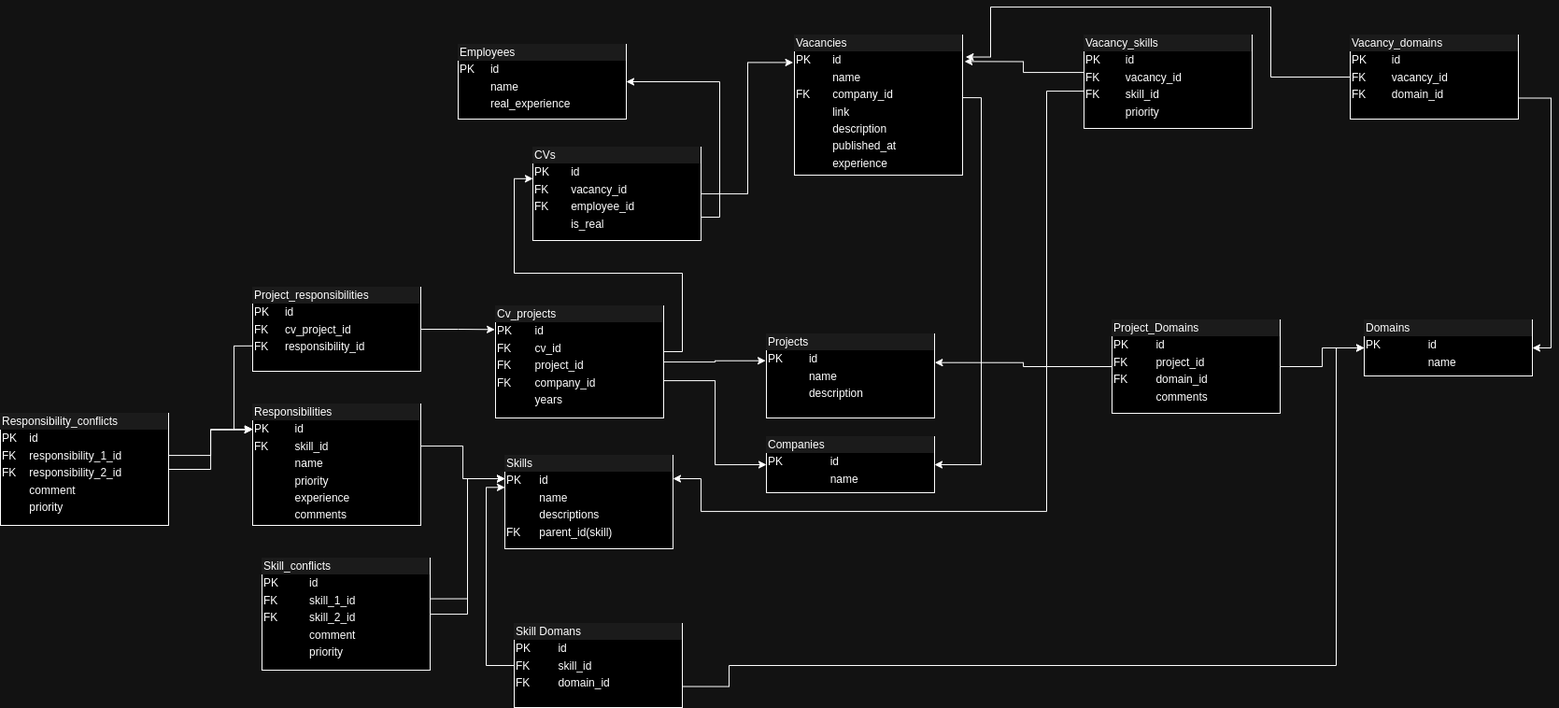
GeekchanskiY/cv_builder keeps this draw.io diagram as CV_builder.drawio.png. Above is the earlier version. Source tidied: cells renumbered, new cells last; positions are measured from the earlier drawing's top-left corner, leaving out a move shared by most shapes.
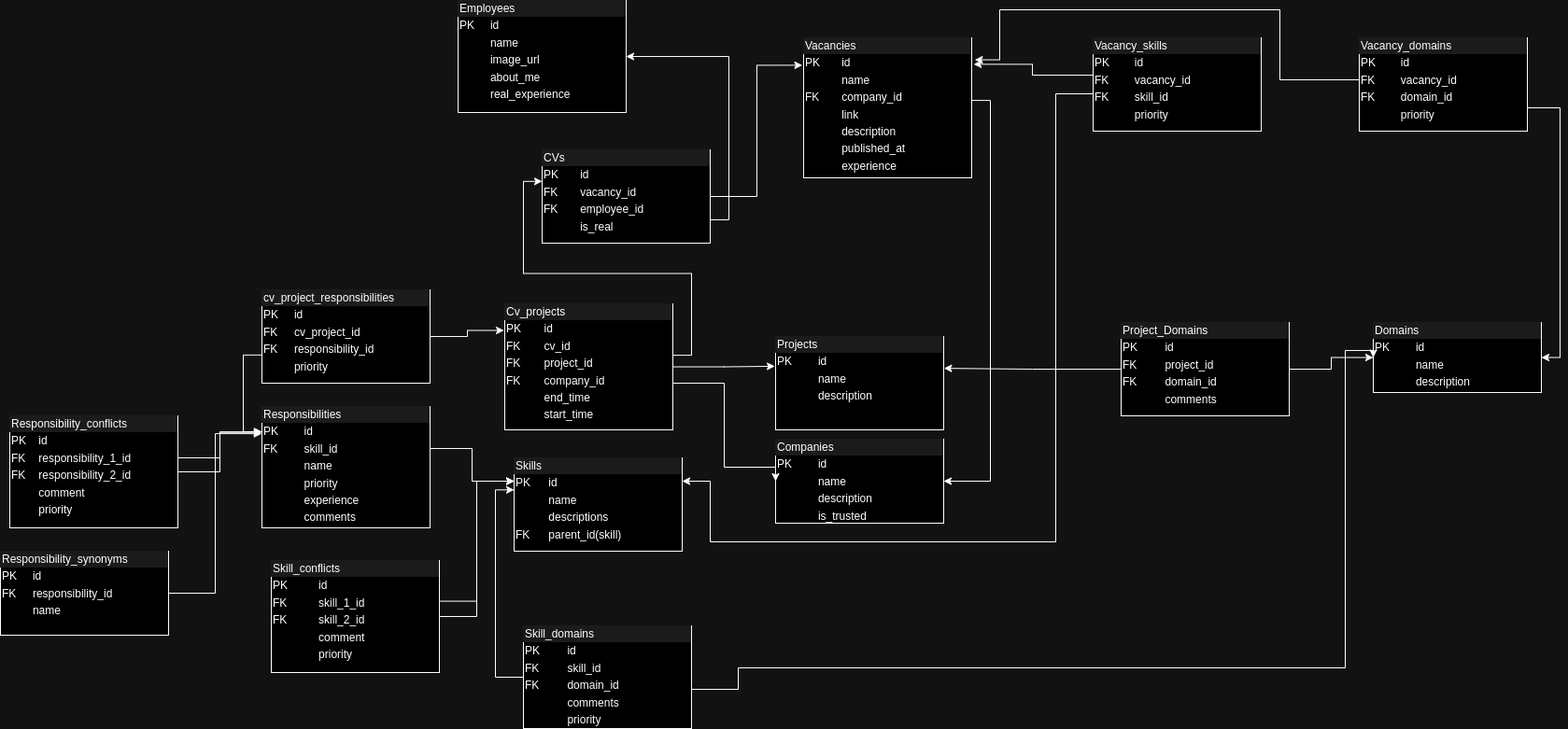
After the commit.

Diff of the diagram source:
```diff
@@ -2,11 +2,11 @@
   <root>
     <mxCell id="0" />
     <mxCell id="1" parent="0" />
-    <mxCell id="2" value="&lt;div style=&quot;box-sizing:border-box;width:100%;background:#e4e4e4;padding:2px;&quot;&gt;Domains&lt;/div&gt;&lt;table style=&quot;width:100%;font-size:1em;&quot; cellpadding=&quot;2&quot; cellspacing=&quot;0&quot;&gt;&lt;tbody&gt;&lt;tr&gt;&lt;td&gt;PK&lt;/td&gt;&lt;td&gt;id&lt;/td&gt;&lt;/tr&gt;&lt;tr&gt;&lt;td&gt;&lt;br&gt;&lt;/td&gt;&lt;td&gt;name&lt;/td&gt;&lt;/tr&gt;&lt;/tbody&gt;&lt;/table&gt;" style="verticalAlign=top;align=left;overflow=fill;html=1;whiteSpace=wrap;" parent="1" vertex="1">
-      <mxGeometry x="1460" y="335" width="180" height="60" as="geometry" />
+    <mxCell id="2" value="&lt;div style=&quot;box-sizing:border-box;width:100%;background:#e4e4e4;padding:2px;&quot;&gt;Domains&lt;/div&gt;&lt;table style=&quot;width:100%;font-size:1em;&quot; cellpadding=&quot;2&quot; cellspacing=&quot;0&quot;&gt;&lt;tbody&gt;&lt;tr&gt;&lt;td&gt;PK&lt;/td&gt;&lt;td&gt;id&lt;/td&gt;&lt;/tr&gt;&lt;tr&gt;&lt;td&gt;&lt;br&gt;&lt;/td&gt;&lt;td&gt;name&lt;/td&gt;&lt;/tr&gt;&lt;tr&gt;&lt;td&gt;&lt;br&gt;&lt;/td&gt;&lt;td&gt;description&lt;br&gt;&lt;/td&gt;&lt;/tr&gt;&lt;/tbody&gt;&lt;/table&gt;" style="verticalAlign=top;align=left;overflow=fill;html=1;whiteSpace=wrap;" parent="1" vertex="1">
+      <mxGeometry x="1460" y="335" width="180" height="75" as="geometry" />
     </mxCell>
-    <mxCell id="3" value="&lt;div style=&quot;box-sizing:border-box;width:100%;background:#e4e4e4;padding:2px;&quot;&gt;Companies&lt;/div&gt;&lt;table style=&quot;width:100%;font-size:1em;&quot; cellpadding=&quot;2&quot; cellspacing=&quot;0&quot;&gt;&lt;tbody&gt;&lt;tr&gt;&lt;td&gt;PK&lt;/td&gt;&lt;td&gt;id&lt;/td&gt;&lt;/tr&gt;&lt;tr&gt;&lt;td&gt;&lt;br&gt;&lt;/td&gt;&lt;td&gt;name&lt;/td&gt;&lt;/tr&gt;&lt;/tbody&gt;&lt;/table&gt;" style="verticalAlign=top;align=left;overflow=fill;html=1;whiteSpace=wrap;" parent="1" vertex="1">
-      <mxGeometry x="820" y="460" width="180" height="60" as="geometry" />
+    <mxCell id="3" value="&lt;div style=&quot;box-sizing:border-box;width:100%;background:#e4e4e4;padding:2px;&quot;&gt;Companies&lt;/div&gt;&lt;table style=&quot;width:100%;font-size:1em;&quot; cellpadding=&quot;2&quot; cellspacing=&quot;0&quot;&gt;&lt;tbody&gt;&lt;tr&gt;&lt;td&gt;PK&lt;/td&gt;&lt;td&gt;id&lt;/td&gt;&lt;/tr&gt;&lt;tr&gt;&lt;td&gt;&lt;br&gt;&lt;/td&gt;&lt;td&gt;name&lt;/td&gt;&lt;/tr&gt;&lt;tr&gt;&lt;td&gt;&lt;br&gt;&lt;/td&gt;&lt;td&gt;description&lt;/td&gt;&lt;/tr&gt;&lt;tr&gt;&lt;td&gt;&lt;br&gt;&lt;/td&gt;&lt;td&gt;is_trusted&lt;/td&gt;&lt;/tr&gt;&lt;/tbody&gt;&lt;/table&gt;" style="verticalAlign=top;align=left;overflow=fill;html=1;whiteSpace=wrap;" parent="1" vertex="1">
+      <mxGeometry x="820" y="460" width="180" height="90" as="geometry" />
     </mxCell>
     <mxCell id="4" style="edgeStyle=orthogonalEdgeStyle;rounded=0;jettySize=auto;html=1;entryX=1;entryY=0.5;entryDx=0;entryDy=0;exitX=0.999;exitY=0.447;exitDx=0;exitDy=0;exitPerimeter=0;" parent="1" edge="1" source="5" target="3">
       <mxGeometry relative="1" as="geometry" />
@@ -14,8 +14,8 @@
     <mxCell id="5" value="&lt;div style=&quot;box-sizing:border-box;width:100%;background:#e4e4e4;padding:2px;&quot;&gt;Vacancies&lt;/div&gt;&lt;table style=&quot;width:100%;font-size:1em;&quot; cellpadding=&quot;2&quot; cellspacing=&quot;0&quot;&gt;&lt;tbody&gt;&lt;tr&gt;&lt;td&gt;PK&lt;/td&gt;&lt;td&gt;id&lt;/td&gt;&lt;/tr&gt;&lt;tr&gt;&lt;td&gt;&lt;br&gt;&lt;/td&gt;&lt;td&gt;name&lt;/td&gt;&lt;/tr&gt;&lt;tr&gt;&lt;td&gt;FK&lt;/td&gt;&lt;td&gt;company_id&lt;/td&gt;&lt;/tr&gt;&lt;tr&gt;&lt;td&gt;&lt;br&gt;&lt;/td&gt;&lt;td&gt;link&lt;/td&gt;&lt;/tr&gt;&lt;tr&gt;&lt;td&gt;&lt;br&gt;&lt;/td&gt;&lt;td&gt;description&lt;/td&gt;&lt;/tr&gt;&lt;tr&gt;&lt;td&gt;&lt;br&gt;&lt;/td&gt;&lt;td&gt;published_at&lt;/td&gt;&lt;/tr&gt;&lt;tr&gt;&lt;td&gt;&lt;br&gt;&lt;/td&gt;&lt;td&gt;experience&lt;/td&gt;&lt;/tr&gt;&lt;/tbody&gt;&lt;/table&gt;" style="verticalAlign=top;align=left;overflow=fill;html=1;whiteSpace=wrap;" parent="1" vertex="1">
       <mxGeometry x="850" y="30" width="180" height="150" as="geometry" />
     </mxCell>
-    <mxCell id="6" value="&lt;div style=&quot;box-sizing:border-box;width:100%;background:#e4e4e4;padding:2px;&quot;&gt;Employees&lt;/div&gt;&lt;table style=&quot;width:100%;font-size:1em;&quot; cellpadding=&quot;2&quot; cellspacing=&quot;0&quot;&gt;&lt;tbody&gt;&lt;tr&gt;&lt;td&gt;PK&lt;/td&gt;&lt;td&gt;id&lt;/td&gt;&lt;/tr&gt;&lt;tr&gt;&lt;td&gt;&lt;br&gt;&lt;/td&gt;&lt;td&gt;name&lt;/td&gt;&lt;/tr&gt;&lt;tr&gt;&lt;td&gt;&lt;br&gt;&lt;/td&gt;&lt;td&gt;real_experience&lt;/td&gt;&lt;/tr&gt;&lt;/tbody&gt;&lt;/table&gt;" style="verticalAlign=top;align=left;overflow=fill;html=1;whiteSpace=wrap;" parent="1" vertex="1">
-      <mxGeometry x="490" y="40" width="180" height="80" as="geometry" />
+    <mxCell id="6" value="&lt;div style=&quot;box-sizing:border-box;width:100%;background:#e4e4e4;padding:2px;&quot;&gt;Employees&lt;/div&gt;&lt;table style=&quot;width:100%;font-size:1em;&quot; cellpadding=&quot;2&quot; cellspacing=&quot;0&quot;&gt;&lt;tbody&gt;&lt;tr&gt;&lt;td&gt;PK&lt;/td&gt;&lt;td&gt;id&lt;/td&gt;&lt;/tr&gt;&lt;tr&gt;&lt;td&gt;&lt;br&gt;&lt;/td&gt;&lt;td&gt;name&lt;/td&gt;&lt;/tr&gt;&lt;tr&gt;&lt;td&gt;&lt;br&gt;&lt;/td&gt;&lt;td&gt;image_url&lt;/td&gt;&lt;/tr&gt;&lt;tr&gt;&lt;td&gt;&lt;br&gt;&lt;/td&gt;&lt;td&gt;about_me&lt;/td&gt;&lt;/tr&gt;&lt;tr&gt;&lt;td&gt;&lt;br&gt;&lt;/td&gt;&lt;td&gt;real_experience&lt;/td&gt;&lt;/tr&gt;&lt;/tbody&gt;&lt;/table&gt;" style="verticalAlign=top;align=left;overflow=fill;html=1;whiteSpace=wrap;" parent="1" vertex="1">
+      <mxGeometry x="480" y="-10" width="180" height="120" as="geometry" />
     </mxCell>
     <mxCell id="7" style="edgeStyle=orthogonalEdgeStyle;rounded=0;jettySize=auto;html=1;entryX=1;entryY=0.5;entryDx=0;entryDy=0;exitX=1;exitY=0.75;exitDx=0;exitDy=0;" parent="1" edge="1" source="8" target="6">
       <mxGeometry relative="1" as="geometry" />
@@ -30,8 +30,8 @@
       <mxGeometry relative="1" as="geometry">
         <Array as="points">
           <mxPoint x="1120" y="90" />
-          <mxPoint x="1120" y="540" />
-          <mxPoint x="750" y="540" />
+          <mxPoint x="1120" y="570" />
+          <mxPoint x="750" y="570" />
           <mxPoint x="750" y="505" />
         </Array>
       </mxGeometry>
@@ -69,7 +69,7 @@
       <mxGeometry y="435" width="180" height="120" as="geometry" />
     </mxCell>
     <mxCell id="20" value="&lt;div style=&quot;box-sizing:border-box;width:100%;background:#e4e4e4;padding:2px;&quot;&gt;Projects&lt;/div&gt;&lt;table style=&quot;width:100%;font-size:1em;&quot; cellpadding=&quot;2&quot; cellspacing=&quot;0&quot;&gt;&lt;tbody&gt;&lt;tr&gt;&lt;td&gt;PK&lt;/td&gt;&lt;td&gt;id&lt;/td&gt;&lt;/tr&gt;&lt;tr&gt;&lt;td&gt;&lt;br&gt;&lt;/td&gt;&lt;td&gt;name&lt;/td&gt;&lt;/tr&gt;&lt;tr&gt;&lt;td&gt;&lt;/td&gt;&lt;td&gt;description&lt;/td&gt;&lt;/tr&gt;&lt;/tbody&gt;&lt;/table&gt;" style="verticalAlign=top;align=left;overflow=fill;html=1;whiteSpace=wrap;" parent="1" vertex="1">
-      <mxGeometry x="820" y="350" width="180" height="90" as="geometry" />
+      <mxGeometry x="820" y="350" width="180" height="100" as="geometry" />
     </mxCell>
     <mxCell id="21" style="edgeStyle=orthogonalEdgeStyle;rounded=0;jettySize=auto;html=1;entryX=0;entryY=0.5;entryDx=0;entryDy=0;" parent="1" edge="1" source="22" target="3">
       <mxGeometry relative="1" as="geometry">
@@ -79,11 +79,11 @@
         </Array>
       </mxGeometry>
     </mxCell>
-    <mxCell id="22" value="&lt;div style=&quot;box-sizing:border-box;width:100%;background:#e4e4e4;padding:2px;&quot;&gt;Cv_projects&lt;/div&gt;&lt;table style=&quot;width:100%;font-size:1em;&quot; cellpadding=&quot;2&quot; cellspacing=&quot;0&quot;&gt;&lt;tbody&gt;&lt;tr&gt;&lt;td&gt;PK&lt;/td&gt;&lt;td&gt;id&lt;/td&gt;&lt;/tr&gt;&lt;tr&gt;&lt;td&gt;FK&lt;/td&gt;&lt;td&gt;cv_id&lt;/td&gt;&lt;/tr&gt;&lt;tr&gt;&lt;td&gt;FK&lt;/td&gt;&lt;td&gt;project_id&lt;/td&gt;&lt;/tr&gt;&lt;tr&gt;&lt;td&gt;FK&lt;/td&gt;&lt;td&gt;company_id&lt;/td&gt;&lt;/tr&gt;&lt;tr&gt;&lt;td&gt;&lt;br&gt;&lt;/td&gt;&lt;td&gt;years&lt;/td&gt;&lt;/tr&gt;&lt;/tbody&gt;&lt;/table&gt;" style="verticalAlign=top;align=left;overflow=fill;html=1;whiteSpace=wrap;" parent="1" vertex="1">
-      <mxGeometry x="530" y="320" width="180" height="120" as="geometry" />
+    <mxCell id="22" value="&lt;div style=&quot;box-sizing:border-box;width:100%;background:#e4e4e4;padding:2px;&quot;&gt;Cv_projects&lt;/div&gt;&lt;table style=&quot;width:100%;font-size:1em;&quot; cellpadding=&quot;2&quot; cellspacing=&quot;0&quot;&gt;&lt;tbody&gt;&lt;tr&gt;&lt;td&gt;PK&lt;/td&gt;&lt;td&gt;id&lt;/td&gt;&lt;/tr&gt;&lt;tr&gt;&lt;td&gt;FK&lt;/td&gt;&lt;td&gt;cv_id&lt;/td&gt;&lt;/tr&gt;&lt;tr&gt;&lt;td&gt;FK&lt;/td&gt;&lt;td&gt;project_id&lt;/td&gt;&lt;/tr&gt;&lt;tr&gt;&lt;td&gt;FK&lt;/td&gt;&lt;td&gt;company_id&lt;/td&gt;&lt;/tr&gt;&lt;tr&gt;&lt;td&gt;&lt;br&gt;&lt;/td&gt;&lt;td&gt;end_time&lt;/td&gt;&lt;/tr&gt;&lt;tr&gt;&lt;td&gt;&lt;br&gt;&lt;/td&gt;&lt;td&gt;start_time&lt;/td&gt;&lt;/tr&gt;&lt;/tbody&gt;&lt;/table&gt;" style="verticalAlign=top;align=left;overflow=fill;html=1;whiteSpace=wrap;" parent="1" vertex="1">
+      <mxGeometry x="530" y="315" width="180" height="135" as="geometry" />
     </mxCell>
-    <mxCell id="23" value="&lt;div style=&quot;box-sizing:border-box;width:100%;background:#e4e4e4;padding:2px;&quot;&gt;Project_responsibilities&lt;/div&gt;&lt;table style=&quot;width:100%;font-size:1em;&quot; cellpadding=&quot;2&quot; cellspacing=&quot;0&quot;&gt;&lt;tbody&gt;&lt;tr&gt;&lt;td&gt;PK&lt;/td&gt;&lt;td&gt;id&lt;/td&gt;&lt;/tr&gt;&lt;tr&gt;&lt;td&gt;FK&lt;/td&gt;&lt;td&gt;cv_project_id&lt;/td&gt;&lt;/tr&gt;&lt;tr&gt;&lt;td&gt;FK&lt;/td&gt;&lt;td&gt;responsibility_id&lt;/td&gt;&lt;/tr&gt;&lt;tr&gt;&lt;td&gt;&lt;br&gt;&lt;/td&gt;&lt;td&gt;&lt;br&gt;&lt;/td&gt;&lt;/tr&gt;&lt;/tbody&gt;&lt;/table&gt;" style="verticalAlign=top;align=left;overflow=fill;html=1;whiteSpace=wrap;" parent="1" vertex="1">
-      <mxGeometry x="270" y="300" width="180" height="90" as="geometry" />
+    <mxCell id="23" value="&lt;div style=&quot;box-sizing:border-box;width:100%;background:#e4e4e4;padding:2px;&quot;&gt;cv_project_responsibilities&lt;/div&gt;&lt;table style=&quot;width:100%;font-size:1em;&quot; cellpadding=&quot;2&quot; cellspacing=&quot;0&quot;&gt;&lt;tbody&gt;&lt;tr&gt;&lt;td&gt;PK&lt;/td&gt;&lt;td&gt;id&lt;/td&gt;&lt;/tr&gt;&lt;tr&gt;&lt;td&gt;FK&lt;/td&gt;&lt;td&gt;cv_project_id&lt;/td&gt;&lt;/tr&gt;&lt;tr&gt;&lt;td&gt;FK&lt;/td&gt;&lt;td&gt;responsibility_id&lt;/td&gt;&lt;/tr&gt;&lt;tr&gt;&lt;td&gt;&lt;br&gt;&lt;/td&gt;&lt;td&gt;priority&lt;/td&gt;&lt;/tr&gt;&lt;/tbody&gt;&lt;/table&gt;" style="verticalAlign=top;align=left;overflow=fill;html=1;whiteSpace=wrap;" parent="1" vertex="1">
+      <mxGeometry x="270" y="300" width="180" height="100" as="geometry" />
     </mxCell>
     <mxCell id="24" style="edgeStyle=orthogonalEdgeStyle;rounded=0;jettySize=auto;html=1;entryX=-0.005;entryY=0.211;entryDx=0;entryDy=0;entryPerimeter=0;" parent="1" edge="1" source="23" target="22">
       <mxGeometry relative="1" as="geometry" />
@@ -125,8 +125,8 @@
     <mxCell id="33" style="edgeStyle=orthogonalEdgeStyle;rounded=0;jettySize=auto;html=1;entryX=1;entryY=0.5;entryDx=0;entryDy=0;exitX=1;exitY=0.75;exitDx=0;exitDy=0;" parent="1" edge="1" source="34" target="2">
       <mxGeometry relative="1" as="geometry" />
     </mxCell>
-    <mxCell id="34" value="&lt;div style=&quot;box-sizing:border-box;width:100%;background:#e4e4e4;padding:2px;&quot;&gt;Vacancy_domains&lt;/div&gt;&lt;table style=&quot;width:100%;font-size:1em;&quot; cellpadding=&quot;2&quot; cellspacing=&quot;0&quot;&gt;&lt;tbody&gt;&lt;tr&gt;&lt;td&gt;PK&lt;/td&gt;&lt;td&gt;id&lt;/td&gt;&lt;/tr&gt;&lt;tr&gt;&lt;td&gt;FK&lt;/td&gt;&lt;td&gt;vacancy_id&lt;/td&gt;&lt;/tr&gt;&lt;tr&gt;&lt;td&gt;FK&lt;/td&gt;&lt;td&gt;domain_id&lt;/td&gt;&lt;/tr&gt;&lt;/tbody&gt;&lt;/table&gt;" style="verticalAlign=top;align=left;overflow=fill;html=1;whiteSpace=wrap;" parent="1" vertex="1">
-      <mxGeometry x="1445" y="30" width="180" height="90" as="geometry" />
+    <mxCell id="34" value="&lt;div style=&quot;box-sizing:border-box;width:100%;background:#e4e4e4;padding:2px;&quot;&gt;Vacancy_domains&lt;/div&gt;&lt;table style=&quot;width:100%;font-size:1em;&quot; cellpadding=&quot;2&quot; cellspacing=&quot;0&quot;&gt;&lt;tbody&gt;&lt;tr&gt;&lt;td&gt;PK&lt;/td&gt;&lt;td&gt;id&lt;/td&gt;&lt;/tr&gt;&lt;tr&gt;&lt;td&gt;FK&lt;/td&gt;&lt;td&gt;vacancy_id&lt;/td&gt;&lt;/tr&gt;&lt;tr&gt;&lt;td&gt;FK&lt;/td&gt;&lt;td&gt;domain_id&lt;/td&gt;&lt;/tr&gt;&lt;tr&gt;&lt;td&gt;&lt;br&gt;&lt;/td&gt;&lt;td&gt;priority&lt;/td&gt;&lt;/tr&gt;&lt;/tbody&gt;&lt;/table&gt;" style="verticalAlign=top;align=left;overflow=fill;html=1;whiteSpace=wrap;" parent="1" vertex="1">
+      <mxGeometry x="1445" y="30" width="180" height="100" as="geometry" />
     </mxCell>
     <mxCell id="35" style="edgeStyle=orthogonalEdgeStyle;rounded=0;jettySize=auto;html=1;entryX=1.019;entryY=0.157;entryDx=0;entryDy=0;entryPerimeter=0;" parent="1" edge="1" source="34" target="5">
       <mxGeometry relative="1" as="geometry">
@@ -148,11 +148,17 @@
         </Array>
       </mxGeometry>
     </mxCell>
-    <mxCell id="37" value="&lt;div style=&quot;box-sizing:border-box;width:100%;background:#e4e4e4;padding:2px;&quot;&gt;Skill Domans&lt;/div&gt;&lt;table style=&quot;width:100%;font-size:1em;&quot; cellpadding=&quot;2&quot; cellspacing=&quot;0&quot;&gt;&lt;tbody&gt;&lt;tr&gt;&lt;td&gt;PK&lt;/td&gt;&lt;td&gt;id&lt;/td&gt;&lt;/tr&gt;&lt;tr&gt;&lt;td&gt;FK&lt;/td&gt;&lt;td&gt;skill_id&lt;/td&gt;&lt;/tr&gt;&lt;tr&gt;&lt;td&gt;FK&lt;/td&gt;&lt;td&gt;domain_id&lt;/td&gt;&lt;/tr&gt;&lt;/tbody&gt;&lt;/table&gt;" style="verticalAlign=top;align=left;overflow=fill;html=1;whiteSpace=wrap;" parent="1" vertex="1">
-      <mxGeometry x="550" y="660" width="180" height="90" as="geometry" />
+    <mxCell id="37" value="&lt;div style=&quot;box-sizing:border-box;width:100%;background:#e4e4e4;padding:2px;&quot;&gt;Skill_domains&lt;/div&gt;&lt;table style=&quot;width:100%;font-size:1em;&quot; cellpadding=&quot;2&quot; cellspacing=&quot;0&quot;&gt;&lt;tbody&gt;&lt;tr&gt;&lt;td&gt;PK&lt;/td&gt;&lt;td&gt;id&lt;/td&gt;&lt;/tr&gt;&lt;tr&gt;&lt;td&gt;FK&lt;/td&gt;&lt;td&gt;skill_id&lt;/td&gt;&lt;/tr&gt;&lt;tr&gt;&lt;td&gt;FK&lt;/td&gt;&lt;td&gt;domain_id&lt;/td&gt;&lt;/tr&gt;&lt;tr&gt;&lt;td&gt;&lt;br&gt;&lt;/td&gt;&lt;td&gt;comments&lt;/td&gt;&lt;/tr&gt;&lt;tr&gt;&lt;td&gt;&lt;br&gt;&lt;/td&gt;&lt;td&gt;priority&lt;/td&gt;&lt;/tr&gt;&lt;/tbody&gt;&lt;/table&gt;" style="verticalAlign=top;align=left;overflow=fill;html=1;whiteSpace=wrap;" parent="1" vertex="1">
+      <mxGeometry x="550" y="660" width="180" height="110" as="geometry" />
     </mxCell>
     <mxCell id="38" style="edgeStyle=orthogonalEdgeStyle;rounded=0;jettySize=auto;html=1;entryX=0;entryY=0.343;entryDx=0;entryDy=0;entryPerimeter=0;exitX=0;exitY=0.5;exitDx=0;exitDy=0;" parent="1" edge="1" source="37" target="9">
       <mxGeometry relative="1" as="geometry" />
     </mxCell>
+    <mxCell id="39" value="&lt;div style=&quot;box-sizing:border-box;width:100%;background:#e4e4e4;padding:2px;&quot;&gt;Responsibility_synonyms&lt;/div&gt;&lt;table style=&quot;width:100%;font-size:1em;&quot; cellpadding=&quot;2&quot; cellspacing=&quot;0&quot;&gt;&lt;tbody&gt;&lt;tr&gt;&lt;td&gt;PK&lt;/td&gt;&lt;td&gt;id&lt;/td&gt;&lt;/tr&gt;&lt;tr&gt;&lt;td&gt;FK&lt;/td&gt;&lt;td&gt;responsibility_id&lt;/td&gt;&lt;/tr&gt;&lt;tr&gt;&lt;td&gt;&lt;/td&gt;&lt;td&gt;name&lt;/td&gt;&lt;/tr&gt;&lt;/tbody&gt;&lt;/table&gt;" style="verticalAlign=top;align=left;overflow=fill;html=1;whiteSpace=wrap;" parent="1" vertex="1">
+      <mxGeometry x="-10" y="580" width="180" height="90" as="geometry" />
+    </mxCell>
+    <mxCell id="40" style="edgeStyle=orthogonalEdgeStyle;rounded=0;jettySize=auto;html=1;entryX=-0.001;entryY=0.224;entryDx=0;entryDy=0;entryPerimeter=0;" parent="1" edge="1" source="39" target="18">
+      <mxGeometry relative="1" as="geometry" />
+    </mxCell>
   </root>
 </mxGraphModel>
```
